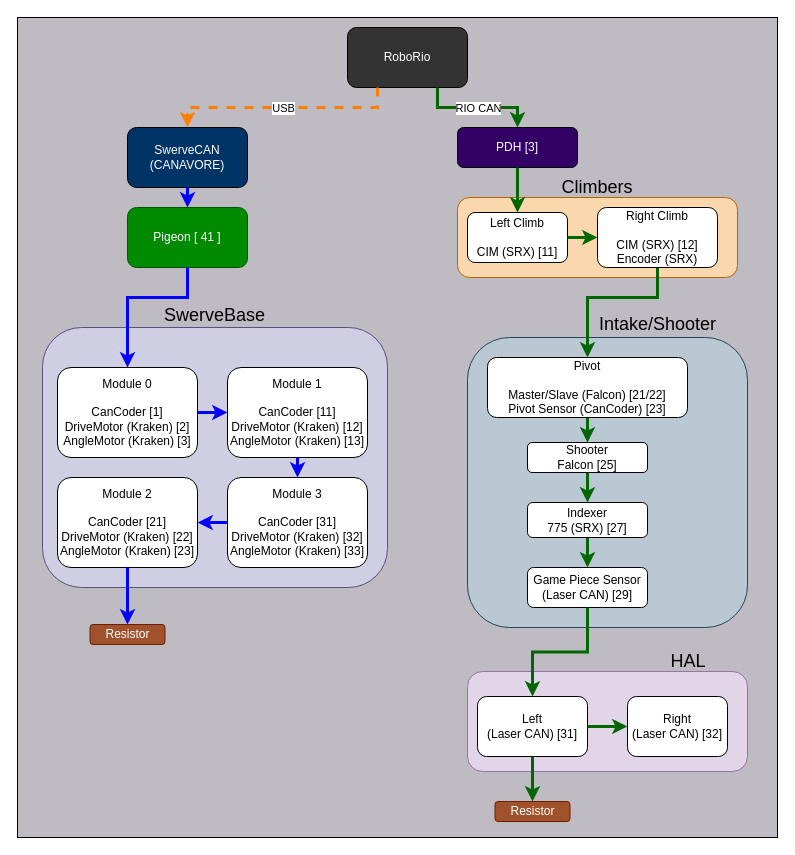
This is doc/graphics/CAN-devices.drawio from FRC5920/2024, a draw.io file, before an edit. Source tidied: cells renumbered, new cells numbered last; positions are measured from the earlier drawing's top-left corner, leaving out a move shared by most shapes. Both pictures are drawn from the tidied source at 100%, with x=0, y=0 at pixel (17, 17).
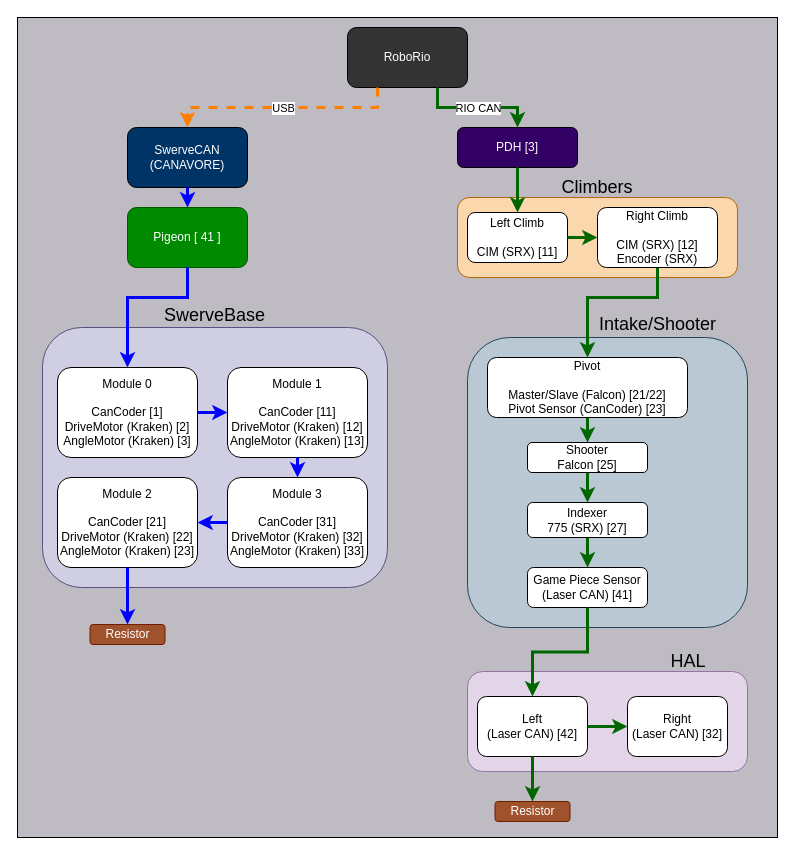
The same page after the edit.

Commit message:
Updateing lasercan IDs

Diff of the diagram source:
```diff
@@
-    <mxCell id="35" value="Game Piece Sensor&lt;br&gt;(Laser CAN) [29]" style="rounded=1;whiteSpace=wrap;html=1;" parent="3" vertex="1">
+    <mxCell id="35" value="Game Piece Sensor&lt;br&gt;(Laser CAN) [41]" style="rounded=1;whiteSpace=wrap;html=1;" parent="3" vertex="1">
       <mxGeometry x="510" y="550" width="120" height="40" as="geometry" />
     </mxCell>
@@
-    <mxCell id="38" value="Left&lt;br&gt;(Laser CAN) [31]" style="rounded=1;whiteSpace=wrap;html=1;" parent="3" vertex="1">
+    <mxCell id="38" value="Left&lt;br&gt;(Laser CAN) [42]" style="rounded=1;whiteSpace=wrap;html=1;" parent="3" vertex="1">
       <mxGeometry x="460" y="679" width="110" height="60" as="geometry" />
     </mxCell>
```
